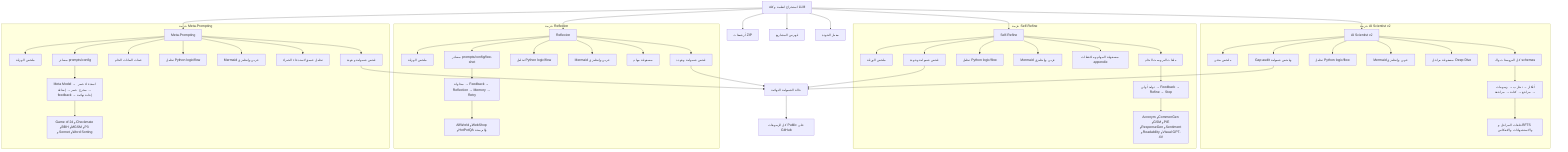
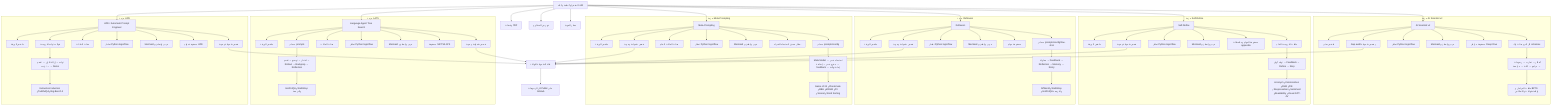
flowchart TD
  ROOT[استخراج أنظمة وكلاء LLM] --> AIS[AI Scientist v2]
  ROOT --> SR[Self-Refine]
  ROOT --> RX[Reflexion]
  ROOT --> MP[Meta-Prompting]
+   ROOT --> LATS[Language Agent Tree Search]
+   ROOT --> APE[APE / Automatic Prompt Engineer]

  subgraph AIP[حزمة AI Scientist v2]
    AIS --> AI_SUM[ملخص بحثي]
    AIS --> AI_PROMPTS[كل البرومبتات والـ schemas]
    AIS --> AI_LOGIC[تحليل Python logic/flow]
    AIS --> AI_GRAPH[Mermaid عربي وإنجليزي]
    AIS --> AI_DEEP[مصفوفة مراحل Deep Dive]
    AIS --> AI_AUDIT[Gap audit وفحص شمولية]
    AI_PROMPTS --> AI_PHASES[أفكار → تجارب → رسومات → مراجع → كتابة → مراجعة]
    AI_PHASES --> AI_LOOPS[حلقات المراحل وBFTS والاستشهادات والانعكاس]
  end

  subgraph SRP[حزمة Self-Refine]
    SR --> SR_SUM[ملخص الورقة]
    SR --> SR_PROMPTS[ملفات البرومبت الخام]
    SR --> SR_LOGIC[تحليل Python logic/flow]
    SR --> SR_GRAPH[Mermaid عربي وإنجليزي]
    SR --> SR_DEEP[مصفوفة المهام وملاحظات appendix]
    SR --> SR_AUDIT[فحص شمولية وجودة]
    SR_PROMPTS --> SR_PHASES[توليد أولي → Feedback → Refine → Stop]
    SR_PHASES --> SR_TASKS[Acronym وCommonGen وGSM وPIE وResponseGen وSentiment وReadability وVisual GPT-4V]
  end

  subgraph RXP[حزمة Reflexion]
    RX --> RX_SUM[ملخص الورقة]
    RX --> RX_PROMPTS[مصادر prompts/config/few-shot]
    RX --> RX_LOGIC[تحليل Python logic/flow]
    RX --> RX_GRAPH[Mermaid عربي وإنجليزي]
    RX --> RX_DEEP[مصفوفة مهام]
    RX --> RX_AUDIT[فحص شمولية وجودة]
    RX_PROMPTS --> RX_PHASES[محاولة → Feedback → Reflection → Memory → Retry]
    RX_PHASES --> RX_TASKS[AlfWorld وWebShop وHotPotQA والبرمجة]
  end


  subgraph MPP[حزمة Meta-Prompting]
    MP --> MP_SUM[ملخص الورقة]
    MP --> MP_PROMPTS[مصادر prompts/config]
    MP --> MP_DATA[عينات البيانات الخام]
    MP --> MP_LOGIC[تحليل Python logic/flow]
    MP --> MP_GRAPH[Mermaid عربي وإنجليزي]
    MP --> MP_DEEP[تحليل عميق لاستدعاء الخبراء]
    MP --> MP_AUDIT[فحص شمولية وجودة]
    MP_PROMPTS --> MP_PHASES[Meta Model → استدعاء خبير → مخرج خبير → إضافة feedback → إجابة نهائية]
    MP_PHASES --> MP_TASKS[Game of 24 وCheckmate وBBH وMGSM وP3 وSonnet وWord Sorting]
  end

+ 
+   subgraph LATSP[حزمة LATS]
+     LATS --> LATS_SUM[ملخص الورقة]
+     LATS --> LATS_PROMPTS[مصادر prompts]
+     LATS --> LATS_DATA[عينات البيانات]
+     LATS --> LATS_LOGIC[تحليل Python logic/flow]
+     LATS --> LATS_GRAPH[Mermaid عربي وإنجليزي]
+     LATS --> LATS_DEEP[مصفوفة MCTS/LATS]
+     LATS --> LATS_AUDIT[فحص شمولية وجودة]
+     LATS_PROMPTS --> LATS_PHASES[اختيار → توسيع → تقييم → Rollout → Backprop → Reflection]
+     LATS_PHASES --> LATS_TASKS[HotPotQA وWebShop والبرمجة]
+   end
+ 
+   subgraph APEP[حزمة APE]
+     APE --> APE_SUM[ملخص الورقة]
+     APE --> APE_PROMPTS[قوالب توليد البرومبت]
+     APE --> APE_DATA[عينات البيانات]
+     APE --> APE_LOGIC[تحليل Python logic/flow]
+     APE --> APE_GRAPH[Mermaid عربي وإنجليزي]
+     APE --> APE_DEEP[مصفوفة مهام APE]
+     APE --> APE_AUDIT[فحص شمولية وجودة]
+     APE_PROMPTS --> APE_PHASES[توليد → إزالة تكرار → تقييم → ترتيب → Demo]
+     APE_PHASES --> APE_TASKS[Instruction Induction وTruthfulQA وBig-Bench II]
+   end
+ 
  ROOT --> ARCH[أرشيفات ZIP]
  ROOT --> INDEX[فهرس المشاريع]
  ROOT --> STANDARD[معيار الجودة]

  AI_AUDIT --> FINAL[حالة الشمولية النهائية]
  SR_AUDIT --> FINAL
  RX_AUDIT --> FINAL
  MP_AUDIT --> FINAL
+   LATS_AUDIT --> FINAL
+   APE_AUDIT --> FINAL
  FINAL --> PUBLIC[كل الريبوهات Public على GitHub]
+ 
